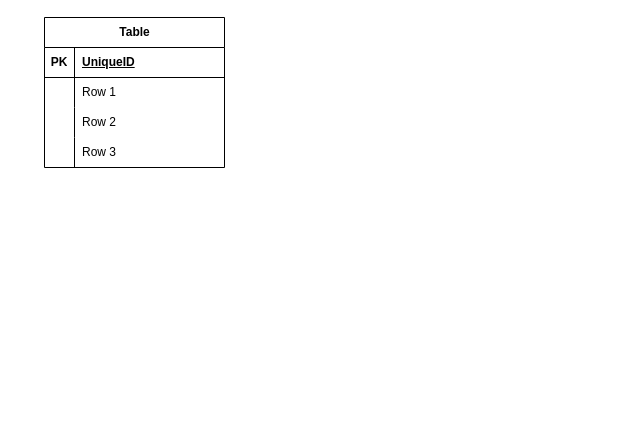
Above: homework1.drawio in cabanita2390/PI_modulo3 (draw.io), before the change. Source tidied: cells renumbered, new cells numbered last; positions are measured from the earlier drawing's top-left corner, leaving out a move shared by most shapes. Both pictures are drawn from the tidied source at 100%, with x=0, y=0 at pixel (44, 17).
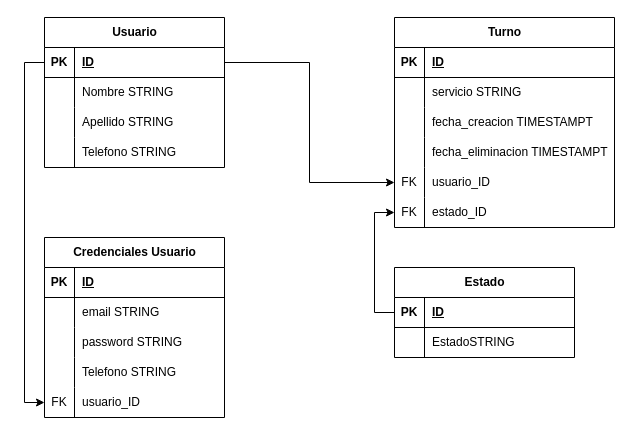
The same diagram, later.

Unchanged cells that the change refers to:
```xml
<mxCell id="3" style="shape=tableRow;horizontal=0;startSize=0;swimlaneHead=0;swimlaneBody=0;fillColor=none;points=[[0,0.5],[1,0.5]];portConstraint=eastwest;top=0;left=0;right=0;bottom=1;" parent="2" vertex="1">
  <mxGeometry y="30" width="180" height="30" as="geometry" />
</mxCell>
<mxCell id="6" style="shape=tableRow;horizontal=0;startSize=0;swimlaneHead=0;swimlaneBody=0;fillColor=none;top=0;left=0;right=0;bottom=0;" parent="2" vertex="1">
  <mxGeometry y="60" width="180" height="30" as="geometry" />
</mxCell>
<mxCell id="9" style="shape=tableRow;horizontal=0;startSize=0;swimlaneHead=0;swimlaneBody=0;fillColor=none;top=0;left=0;right=0;bottom=0;" parent="2" vertex="1">
  <mxGeometry y="90" width="180" height="30" as="geometry" />
</mxCell>
<mxCell id="12" style="shape=tableRow;horizontal=0;startSize=0;swimlaneHead=0;swimlaneBody=0;fillColor=none;top=0;left=0;right=0;bottom=0;" parent="2" vertex="1">
  <mxGeometry y="120" width="180" height="30" as="geometry" />
</mxCell>
```

Diff of the diagram source:
```diff
@@
-    <mxCell id="2" value="Table" style="shape=table;startSize=30;childLayout=tableLayout;rowLines=0;fontStyle=1;align=center;html=1;" parent="1" vertex="1">
+    <mxCell id="2" value="Usuario" style="shape=table;startSize=30;childLayout=tableLayout;rowLines=0;fontStyle=1;align=center;html=1;" parent="1" vertex="1">
       <mxGeometry width="180" height="150" as="geometry" />
     </mxCell>
@@
-    <mxCell id="5" value="UniqueID" style="shape=partialRectangle;fillColor=none;top=0;left=0;bottom=0;right=0;align=left;spacingLeft=6;fontStyle=5;overflow=hidden;whiteSpace=wrap;html=1;" parent="3" vertex="1">
+    <mxCell id="5" value="ID" style="shape=partialRectangle;fillColor=none;top=0;left=0;bottom=0;right=0;align=left;spacingLeft=6;fontStyle=5;overflow=hidden;whiteSpace=wrap;html=1;" parent="3" vertex="1">
       <mxGeometry x="30" width="150" height="30" as="geometry" />
     </mxCell>
@@
-    <mxCell id="8" value="Row 1" style="shape=partialRectangle;fillColor=none;top=0;left=0;bottom=0;right=0;align=left;spacingLeft=6;overflow=hidden;whiteSpace=wrap;html=1;" parent="6" vertex="1">
+    <mxCell id="8" value="Nombre STRING" style="shape=partialRectangle;fillColor=none;top=0;left=0;bottom=0;right=0;align=left;spacingLeft=6;overflow=hidden;whiteSpace=wrap;html=1;" parent="6" vertex="1">
       <mxGeometry x="30" width="150" height="30" as="geometry" />
     </mxCell>
@@
-    <mxCell id="11" value="Row 2" style="shape=partialRectangle;fillColor=none;top=0;left=0;bottom=0;right=0;align=left;spacingLeft=6;overflow=hidden;whiteSpace=wrap;html=1;" parent="9" vertex="1">
+    <mxCell id="11" value="Apellido STRING" style="shape=partialRectangle;fillColor=none;top=0;left=0;bottom=0;right=0;align=left;spacingLeft=6;overflow=hidden;whiteSpace=wrap;html=1;" parent="9" vertex="1">
       <mxGeometry x="30" width="150" height="30" as="geometry" />
     </mxCell>
@@
-    <mxCell id="14" value="Row 3" style="shape=partialRectangle;fillColor=none;top=0;left=0;bottom=0;right=0;align=left;spacingLeft=6;overflow=hidden;whiteSpace=wrap;html=1;" parent="12" vertex="1">
+    <mxCell id="14" value="Telefono STRING" style="shape=partialRectangle;fillColor=none;top=0;left=0;bottom=0;right=0;align=left;spacingLeft=6;overflow=hidden;whiteSpace=wrap;html=1;" parent="12" vertex="1">
       <mxGeometry x="30" width="150" height="30" as="geometry" />
     </mxCell>
+    <mxCell id="15" value="Credenciales Usuario" style="shape=table;startSize=30;childLayout=tableLayout;rowLines=0;fontStyle=1;align=center;html=1;" parent="1" vertex="1">
+      <mxGeometry y="220" width="180" height="180" as="geometry" />
+    </mxCell>
+    <mxCell id="16" style="shape=tableRow;horizontal=0;startSize=0;swimlaneHead=0;swimlaneBody=0;fillColor=none;top=0;left=0;right=0;bottom=1;" parent="15" vertex="1">
+      <mxGeometry y="30" width="180" height="30" as="geometry" />
+    </mxCell>
+    <mxCell id="17" value="PK" style="shape=partialRectangle;fillColor=none;top=0;left=0;bottom=0;right=0;fontStyle=1;overflow=hidden;whiteSpace=wrap;html=1;" parent="16" vertex="1">
+      <mxGeometry width="30" height="30" as="geometry" />
+    </mxCell>
+    <mxCell id="18" value="ID" style="shape=partialRectangle;fillColor=none;top=0;left=0;bottom=0;right=0;align=left;spacingLeft=6;fontStyle=5;overflow=hidden;whiteSpace=wrap;html=1;" parent="16" vertex="1">
+      <mxGeometry x="30" width="150" height="30" as="geometry" />
+    </mxCell>
+    <mxCell id="19" style="shape=tableRow;horizontal=0;startSize=0;swimlaneHead=0;swimlaneBody=0;fillColor=none;top=0;left=0;right=0;bottom=0;" parent="15" vertex="1">
+      <mxGeometry y="60" width="180" height="30" as="geometry" />
+    </mxCell>
+    <mxCell id="20" style="shape=partialRectangle;fillColor=none;top=0;left=0;bottom=0;right=0;overflow=hidden;whiteSpace=wrap;html=1;" parent="19" vertex="1">
+      <mxGeometry width="30" height="30" as="geometry" />
+    </mxCell>
+    <mxCell id="21" value="email STRING" style="shape=partialRectangle;fillColor=none;top=0;left=0;bottom=0;right=0;align=left;spacingLeft=6;overflow=hidden;whiteSpace=wrap;html=1;" parent="19" vertex="1">
+      <mxGeometry x="30" width="150" height="30" as="geometry" />
+    </mxCell>
+    <mxCell id="22" style="shape=tableRow;horizontal=0;startSize=0;swimlaneHead=0;swimlaneBody=0;fillColor=none;top=0;left=0;right=0;bottom=0;" parent="15" vertex="1">
+      <mxGeometry y="90" width="180" height="30" as="geometry" />
+    </mxCell>
+    <mxCell id="23" style="shape=partialRectangle;fillColor=none;top=0;left=0;bottom=0;right=0;overflow=hidden;whiteSpace=wrap;html=1;" parent="22" vertex="1">
+      <mxGeometry width="30" height="30" as="geometry" />
+    </mxCell>
+    <mxCell id="24" value="password STRING" style="shape=partialRectangle;fillColor=none;top=0;left=0;bottom=0;right=0;align=left;spacingLeft=6;overflow=hidden;whiteSpace=wrap;html=1;" parent="22" vertex="1">
+      <mxGeometry x="30" width="150" height="30" as="geometry" />
+    </mxCell>
+    <mxCell id="25" style="shape=tableRow;horizontal=0;startSize=0;swimlaneHead=0;swimlaneBody=0;fillColor=none;top=0;left=0;right=0;bottom=0;" parent="15" vertex="1">
+      <mxGeometry y="120" width="180" height="30" as="geometry" />
+    </mxCell>
+    <mxCell id="26" style="shape=partialRectangle;fillColor=none;top=0;left=0;bottom=0;right=0;overflow=hidden;whiteSpace=wrap;html=1;" parent="25" vertex="1">
+      <mxGeometry width="30" height="30" as="geometry" />
+    </mxCell>
+    <mxCell id="27" value="Telefono STRING" style="shape=partialRectangle;fillColor=none;top=0;left=0;bottom=0;right=0;align=left;spacingLeft=6;overflow=hidden;whiteSpace=wrap;html=1;" parent="25" vertex="1">
+      <mxGeometry x="30" width="150" height="30" as="geometry" />
+    </mxCell>
+    <mxCell id="28" style="shape=tableRow;horizontal=0;startSize=0;swimlaneHead=0;swimlaneBody=0;fillColor=none;points=[[0,0.5],[1,0.5]];portConstraint=eastwest;top=0;left=0;right=0;bottom=0;" parent="15" vertex="1">
+      <mxGeometry y="150" width="180" height="30" as="geometry" />
+    </mxCell>
+    <mxCell id="29" value="FK" style="shape=partialRectangle;fillColor=none;top=0;left=0;bottom=0;right=0;overflow=hidden;whiteSpace=wrap;html=1;" parent="28" vertex="1">
+      <mxGeometry width="30" height="30" as="geometry" />
+    </mxCell>
+    <mxCell id="30" value="usuario_ID" style="shape=partialRectangle;fillColor=none;top=0;left=0;bottom=0;right=0;align=left;spacingLeft=6;overflow=hidden;whiteSpace=wrap;html=1;" parent="28" vertex="1">
+      <mxGeometry x="30" width="150" height="30" as="geometry" />
+    </mxCell>
+    <mxCell id="31" style="edgeStyle=orthogonalEdgeStyle;rounded=0;jettySize=auto;html=1;exitX=0;exitY=0.5;exitDx=0;exitDy=0;entryX=0;entryY=0.5;entryDx=0;entryDy=0;" parent="1" edge="1" source="3" target="28">
+      <mxGeometry relative="1" as="geometry" />
+    </mxCell>
+    <mxCell id="32" value="Turno" style="shape=table;startSize=30;childLayout=tableLayout;rowLines=0;fontStyle=1;align=center;html=1;" parent="1" vertex="1">
+      <mxGeometry x="350" width="220" height="210" as="geometry" />
+    </mxCell>
+    <mxCell id="33" style="shape=tableRow;horizontal=0;startSize=0;swimlaneHead=0;swimlaneBody=0;fillColor=none;top=0;left=0;right=0;bottom=1;" parent="32" vertex="1">
+      <mxGeometry y="30" width="220" height="30" as="geometry" />
+    </mxCell>
+    <mxCell id="34" value="PK" style="shape=partialRectangle;fillColor=none;top=0;left=0;bottom=0;right=0;fontStyle=1;overflow=hidden;whiteSpace=wrap;html=1;" parent="33" vertex="1">
+      <mxGeometry width="30" height="30" as="geometry" />
+    </mxCell>
+    <mxCell id="35" value="ID" style="shape=partialRectangle;fillColor=none;top=0;left=0;bottom=0;right=0;align=left;spacingLeft=6;fontStyle=5;overflow=hidden;whiteSpace=wrap;html=1;" parent="33" vertex="1">
+      <mxGeometry x="30" width="190" height="30" as="geometry" />
+    </mxCell>
+    <mxCell id="36" style="shape=tableRow;horizontal=0;startSize=0;swimlaneHead=0;swimlaneBody=0;fillColor=none;top=0;left=0;right=0;bottom=0;" parent="32" vertex="1">
+      <mxGeometry y="60" width="220" height="30" as="geometry" />
+    </mxCell>
+    <mxCell id="37" style="shape=partialRectangle;fillColor=none;top=0;left=0;bottom=0;right=0;overflow=hidden;whiteSpace=wrap;html=1;" parent="36" vertex="1">
+      <mxGeometry width="30" height="30" as="geometry" />
+    </mxCell>
+    <mxCell id="38" value="servicio STRING" style="shape=partialRectangle;fillColor=none;top=0;left=0;bottom=0;right=0;align=left;spacingLeft=6;overflow=hidden;whiteSpace=wrap;html=1;" parent="36" vertex="1">
+      <mxGeometry x="30" width="190" height="30" as="geometry" />
+    </mxCell>
+    <mxCell id="39" style="shape=tableRow;horizontal=0;startSize=0;swimlaneHead=0;swimlaneBody=0;fillColor=none;top=0;left=0;right=0;bottom=0;" parent="32" vertex="1">
+      <mxGeometry y="90" width="220" height="30" as="geometry" />
+    </mxCell>
+    <mxCell id="40" style="shape=partialRectangle;fillColor=none;top=0;left=0;bottom=0;right=0;overflow=hidden;whiteSpace=wrap;html=1;" parent="39" vertex="1">
+      <mxGeometry width="30" height="30" as="geometry" />
+    </mxCell>
+    <mxCell id="41" value="fecha_creacion TIMESTAMPT" style="shape=partialRectangle;fillColor=none;top=0;left=0;bottom=0;right=0;align=left;spacingLeft=6;overflow=hidden;whiteSpace=wrap;html=1;" parent="39" vertex="1">
+      <mxGeometry x="30" width="190" height="30" as="geometry" />
+    </mxCell>
+    <mxCell id="42" style="shape=tableRow;horizontal=0;startSize=0;swimlaneHead=0;swimlaneBody=0;fillColor=none;top=0;left=0;right=0;bottom=0;" parent="32" vertex="1">
+      <mxGeometry y="120" width="220" height="30" as="geometry" />
+    </mxCell>
+    <mxCell id="43" style="shape=partialRectangle;fillColor=none;top=0;left=0;bottom=0;right=0;overflow=hidden;whiteSpace=wrap;html=1;" parent="42" vertex="1">
+      <mxGeometry width="30" height="30" as="geometry" />
+    </mxCell>
+    <mxCell id="44" value="fecha_eliminacion TIMESTAMPT" style="shape=partialRectangle;fillColor=none;top=0;left=0;bottom=0;right=0;align=left;spacingLeft=6;overflow=hidden;whiteSpace=wrap;html=1;" parent="42" vertex="1">
+      <mxGeometry x="30" width="190" height="30" as="geometry" />
+    </mxCell>
+    <mxCell id="45" style="shape=tableRow;horizontal=0;startSize=0;swimlaneHead=0;swimlaneBody=0;fillColor=none;points=[[0,0.5],[1,0.5]];portConstraint=eastwest;top=0;left=0;right=0;bottom=0;" parent="32" vertex="1">
+      <mxGeometry y="150" width="220" height="30" as="geometry" />
+    </mxCell>
+    <mxCell id="46" value="FK" style="shape=partialRectangle;fillColor=none;top=0;left=0;bottom=0;right=0;overflow=hidden;whiteSpace=wrap;html=1;" parent="45" vertex="1">
+      <mxGeometry width="30" height="30" as="geometry" />
+    </mxCell>
+    <mxCell id="47" value="usuario_ID" style="shape=partialRectangle;fillColor=none;top=0;left=0;bottom=0;right=0;align=left;spacingLeft=6;overflow=hidden;whiteSpace=wrap;html=1;" parent="45" vertex="1">
+      <mxGeometry x="30" width="190" height="30" as="geometry" />
+    </mxCell>
+    <mxCell id="48" style="shape=tableRow;horizontal=0;startSize=0;swimlaneHead=0;swimlaneBody=0;fillColor=none;points=[[0,0.5],[1,0.5]];portConstraint=eastwest;top=0;left=0;right=0;bottom=0;" parent="32" vertex="1">
+      <mxGeometry y="180" width="220" height="30" as="geometry" />
+    </mxCell>
+    <mxCell id="49" value="FK" style="shape=partialRectangle;fillColor=none;top=0;left=0;bottom=0;right=0;overflow=hidden;whiteSpace=wrap;html=1;" parent="48" vertex="1">
+      <mxGeometry width="30" height="30" as="geometry" />
+    </mxCell>
+    <mxCell id="50" value="estado_ID" style="shape=partialRectangle;fillColor=none;top=0;left=0;bottom=0;right=0;align=left;spacingLeft=6;overflow=hidden;whiteSpace=wrap;html=1;" parent="48" vertex="1">
+      <mxGeometry x="30" width="190" height="30" as="geometry" />
+    </mxCell>
+    <mxCell id="51" style="edgeStyle=orthogonalEdgeStyle;rounded=0;jettySize=auto;html=1;exitX=1;exitY=0.5;exitDx=0;exitDy=0;entryX=0;entryY=0.5;entryDx=0;entryDy=0;" parent="1" edge="1" source="3" target="45">
+      <mxGeometry relative="1" as="geometry" />
+    </mxCell>
+    <mxCell id="52" value="Estado" style="shape=table;startSize=30;childLayout=tableLayout;rowLines=0;fontStyle=1;align=center;html=1;" parent="1" vertex="1">
+      <mxGeometry x="350" y="250" width="180" height="90" as="geometry" />
+    </mxCell>
+    <mxCell id="53" style="shape=tableRow;horizontal=0;startSize=0;swimlaneHead=0;swimlaneBody=0;fillColor=none;points=[[0,0.5],[1,0.5]];portConstraint=eastwest;top=0;left=0;right=0;bottom=1;" parent="52" vertex="1">
+      <mxGeometry y="30" width="180" height="30" as="geometry" />
+    </mxCell>
+    <mxCell id="54" value="PK" style="shape=partialRectangle;fillColor=none;top=0;left=0;bottom=0;right=0;fontStyle=1;overflow=hidden;whiteSpace=wrap;html=1;" parent="53" vertex="1">
+      <mxGeometry width="30" height="30" as="geometry" />
+    </mxCell>
+    <mxCell id="55" value="ID" style="shape=partialRectangle;fillColor=none;top=0;left=0;bottom=0;right=0;align=left;spacingLeft=6;fontStyle=5;overflow=hidden;whiteSpace=wrap;html=1;" parent="53" vertex="1">
+      <mxGeometry x="30" width="150" height="30" as="geometry" />
+    </mxCell>
+    <mxCell id="56" style="shape=tableRow;horizontal=0;startSize=0;swimlaneHead=0;swimlaneBody=0;fillColor=none;top=0;left=0;right=0;bottom=0;" parent="52" vertex="1">
+      <mxGeometry y="60" width="180" height="30" as="geometry" />
+    </mxCell>
+    <mxCell id="57" style="shape=partialRectangle;fillColor=none;top=0;left=0;bottom=0;right=0;overflow=hidden;whiteSpace=wrap;html=1;" parent="56" vertex="1">
+      <mxGeometry width="30" height="30" as="geometry" />
+    </mxCell>
+    <mxCell id="58" value="EstadoSTRING" style="shape=partialRectangle;fillColor=none;top=0;left=0;bottom=0;right=0;align=left;spacingLeft=6;overflow=hidden;whiteSpace=wrap;html=1;" parent="56" vertex="1">
+      <mxGeometry x="30" width="150" height="30" as="geometry" />
+    </mxCell>
+    <mxCell id="59" style="edgeStyle=orthogonalEdgeStyle;rounded=0;jettySize=auto;html=1;exitX=0;exitY=0.5;exitDx=0;exitDy=0;entryX=0;entryY=0.5;entryDx=0;entryDy=0;" parent="1" edge="1" source="53" target="48">
+      <mxGeometry relative="1" as="geometry" />
+    </mxCell>
```
